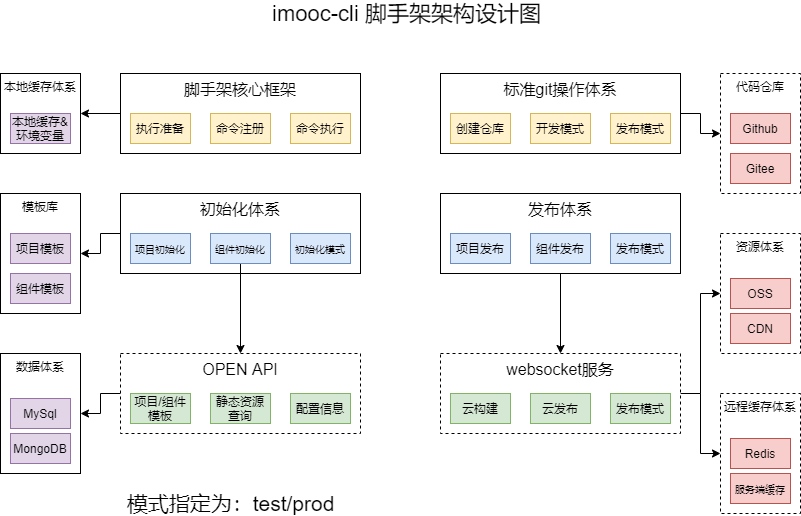
Before: doc/diagram/overall-architecture-design.png, a diagram exported from draw.io (AKclown/ak-cli). Source tidied: cells renumbered, new cells last; positions are measured from the earlier drawing's top-left corner, leaving out a move shared by most shapes.
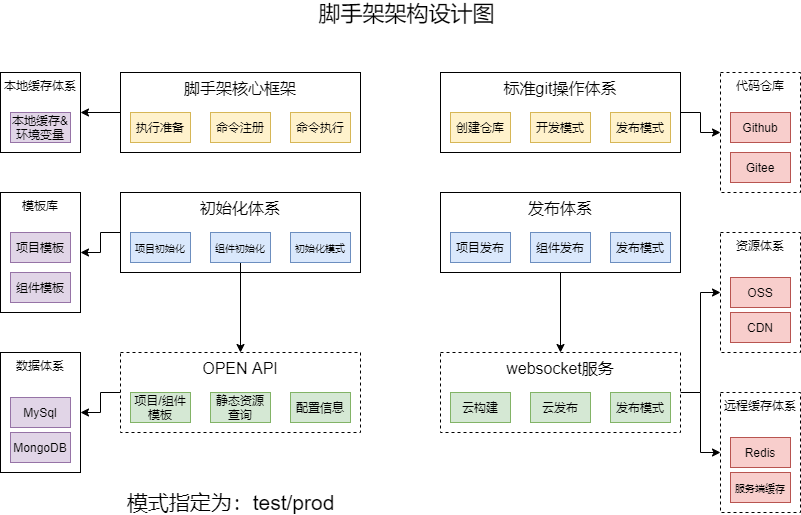
The same diagram one commit later.

Commit message:
docs: 更新架构图

Diff of the diagram source:
```diff
@@ -8,8 +8,8 @@
     <mxCell id="3" value="&lt;font style=&quot;font-size: 16px&quot;&gt;初始化体系&lt;/font&gt;" style="rounded=0;whiteSpace=wrap;html=1;labelPosition=center;verticalLabelPosition=middle;align=center;verticalAlign=top;" parent="1" vertex="1">
       <mxGeometry x="120" y="190" width="240" height="80" as="geometry" />
     </mxCell>
-    <mxCell id="4" value="&lt;font style=&quot;font-size: 22px&quot;&gt;imooc-cli 脚手架架构设计图&lt;/font&gt;" style="text;html=1;align=center;verticalAlign=middle;" parent="1" vertex="1">
-      <mxGeometry x="266" width="280" height="20" as="geometry" />
+    <mxCell id="4" value="&lt;font style=&quot;font-size: 22px&quot;&gt;脚手架架构设计图&lt;/font&gt;" style="text;html=1;align=center;verticalAlign=middle;" parent="1" vertex="1">
+      <mxGeometry x="313" width="186" height="21" as="geometry" />
     </mxCell>
     <mxCell id="5" style="edgeStyle=orthogonalEdgeStyle;rounded=0;jettySize=auto;html=1;exitX=0.5;exitY=1;exitDx=0;exitDy=0;entryX=0.5;entryY=0;entryDx=0;entryDy=0;" parent="1" edge="1" source="6" target="15">
       <mxGeometry relative="1" as="geometry" />
```
